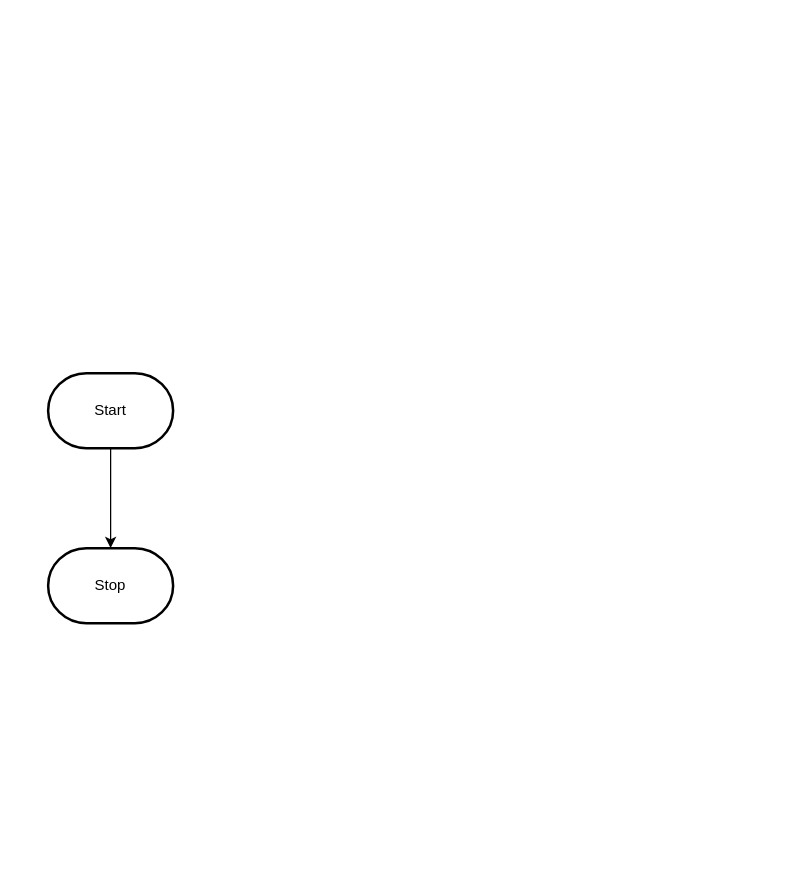
This is design/flowchart.drawio from MTHS-ICS2O-2-2022/ICS2O-Unit-5-02-Mariam-Kasim, a draw.io file, before an edit. Source tidied: cells renumbered, new cells numbered last; positions are measured from the earlier drawing's top-left corner, leaving out a move shared by most shapes. Both pictures are drawn from the tidied source at 125%, with x=0, y=0 at pixel (48, 372).
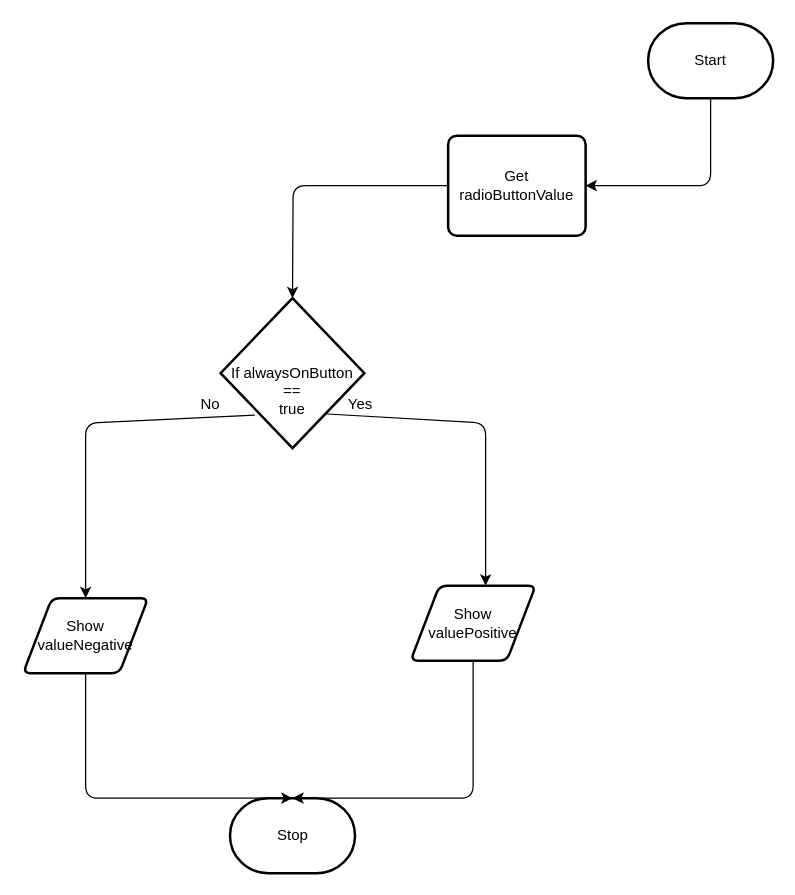
The same page after the edit.

Change to the diagram source:
```diff
@@
-    <mxCell id="2" style="edgeStyle=orthogonalEdgeStyle;html=1;rounded=0;" parent="1" edge="1" source="3" target="4">
-      <mxGeometry relative="1" as="geometry" />
-    </mxCell>
+    <mxCell id="5" style="edgeStyle=none;html=1;entryX=1;entryY=0.5;entryDx=0;entryDy=0;" parent="1" edge="1" source="3" target="7">
+      <mxGeometry relative="1" as="geometry">
+        <Array as="points">
+          <mxPoint x="530" y="-150" />
+        </Array>
+      </mxGeometry>
+    </mxCell>
     <mxCell id="3" value="Start" style="strokeWidth=2;html=1;shape=mxgraph.flowchart.terminator;whiteSpace=wrap;" parent="1" vertex="1">
-      <mxGeometry width="100" height="60" as="geometry" />
+      <mxGeometry x="480" y="-280" width="100" height="60" as="geometry" />
     </mxCell>
     <mxCell id="4" value="Stop" style="strokeWidth=2;html=1;shape=mxgraph.flowchart.terminator;whiteSpace=wrap;" parent="1" vertex="1">
-      <mxGeometry y="140" width="100" height="60" as="geometry" />
+      <mxGeometry x="145.5" y="340" width="100" height="60" as="geometry" />
     </mxCell>
+    <mxCell id="6" style="edgeStyle=none;html=1;entryX=0.5;entryY=0;entryDx=0;entryDy=0;entryPerimeter=0;" parent="1" edge="1" source="7" target="10">
+      <mxGeometry relative="1" as="geometry">
+        <Array as="points">
+          <mxPoint x="196" y="-150" />
+        </Array>
+      </mxGeometry>
+    </mxCell>
+    <mxCell id="7" value="Get radioButtonValue" style="rounded=1;whiteSpace=wrap;html=1;absoluteArcSize=1;arcSize=14;strokeWidth=2;" parent="1" vertex="1">
+      <mxGeometry x="320" y="-190" width="110" height="80" as="geometry" />
+    </mxCell>
+    <mxCell id="8" style="edgeStyle=none;html=1;entryX=0.6;entryY=0;entryDx=0;entryDy=0;entryPerimeter=0;exitX=0;exitY=0.75;exitDx=0;exitDy=0;" parent="1" edge="1" source="11" target="13">
+      <mxGeometry relative="1" as="geometry">
+        <Array as="points">
+          <mxPoint x="350" y="40" />
+        </Array>
+      </mxGeometry>
+    </mxCell>
+    <mxCell id="9" style="edgeStyle=none;html=1;exitX=0.238;exitY=0.78;exitDx=0;exitDy=0;exitPerimeter=0;" parent="1" edge="1" source="10">
+      <mxGeometry relative="1" as="geometry">
+        <mxPoint x="30" y="180" as="targetPoint" />
+        <Array as="points">
+          <mxPoint x="30" y="40" />
+        </Array>
+      </mxGeometry>
+    </mxCell>
+    <mxCell id="10" value="&lt;br&gt;&lt;br&gt;If alwaysOnButton&lt;br&gt;==&lt;br&gt;true" style="strokeWidth=2;html=1;shape=mxgraph.flowchart.decision;whiteSpace=wrap;" parent="1" vertex="1">
+      <mxGeometry x="138" y="-60" width="115" height="120" as="geometry" />
+    </mxCell>
+    <mxCell id="11" value="Yes" style="text;strokeColor=none;align=center;fillColor=none;html=1;verticalAlign=middle;whiteSpace=wrap;rounded=0;" parent="1" vertex="1">
+      <mxGeometry x="220" y="10" width="60" height="30" as="geometry" />
+    </mxCell>
+    <mxCell id="12" style="edgeStyle=none;html=1;entryX=0.5;entryY=0;entryDx=0;entryDy=0;entryPerimeter=0;" parent="1" edge="1" source="13" target="4">
+      <mxGeometry relative="1" as="geometry">
+        <Array as="points">
+          <mxPoint x="340" y="340" />
+        </Array>
+      </mxGeometry>
+    </mxCell>
+    <mxCell id="13" value="Show valuePositive" style="shape=parallelogram;html=1;strokeWidth=2;perimeter=parallelogramPerimeter;whiteSpace=wrap;rounded=1;arcSize=12;size=0.23;" parent="1" vertex="1">
+      <mxGeometry x="290" y="170" width="100" height="60" as="geometry" />
+    </mxCell>
+    <mxCell id="14" value="No" style="text;strokeColor=none;align=center;fillColor=none;html=1;verticalAlign=middle;whiteSpace=wrap;rounded=0;" parent="1" vertex="1">
+      <mxGeometry x="100" y="10" width="60" height="30" as="geometry" />
+    </mxCell>
+    <mxCell id="15" style="edgeStyle=none;html=1;entryX=0.5;entryY=0;entryDx=0;entryDy=0;entryPerimeter=0;" parent="1" edge="1" source="16" target="4">
+      <mxGeometry relative="1" as="geometry">
+        <Array as="points">
+          <mxPoint x="30" y="340" />
+        </Array>
+      </mxGeometry>
+    </mxCell>
+    <mxCell id="16" value="Show valueNegative" style="shape=parallelogram;html=1;strokeWidth=2;perimeter=parallelogramPerimeter;whiteSpace=wrap;rounded=1;arcSize=12;size=0.23;" parent="1" vertex="1">
+      <mxGeometry x="-20" y="180" width="100" height="60" as="geometry" />
+    </mxCell>
```
